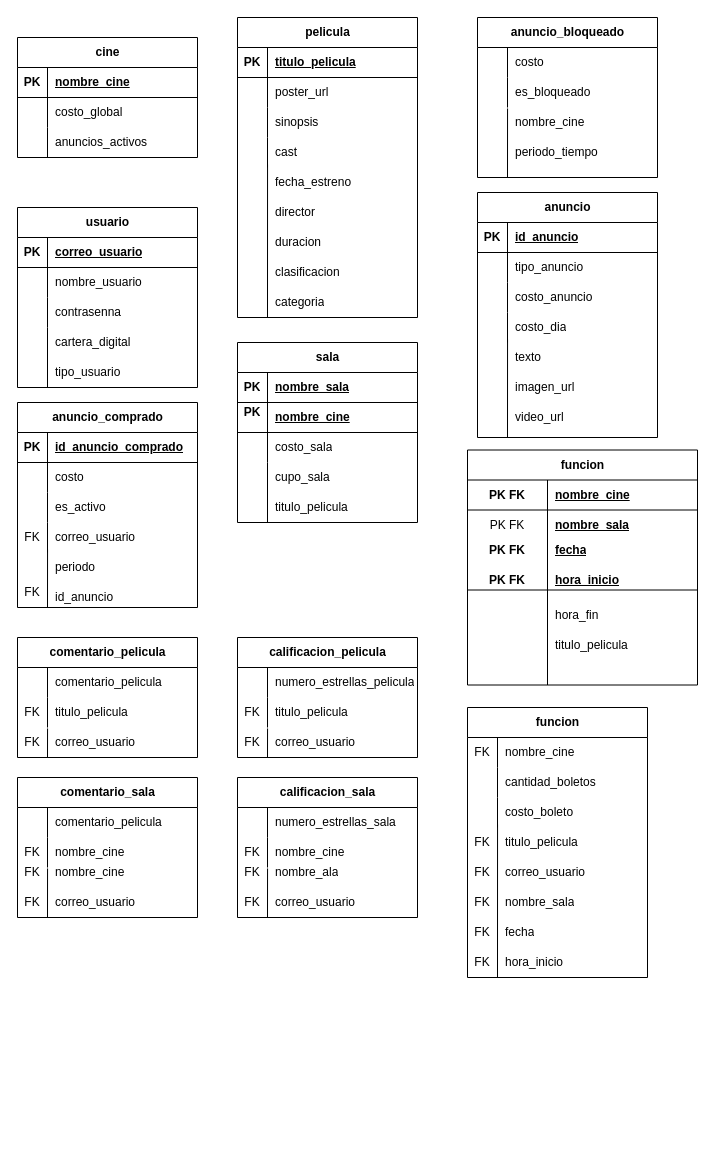
This is Diagrama de tablas salas de cine.drawio from julioOv-1104/Proyecto_2_IPC2_JulioOvalle, a draw.io file, before an edit. Source tidied: cells renumbered, new cells numbered last; positions are measured from the earlier drawing's top-left corner, leaving out a move shared by most shapes. Both pictures are drawn from the tidied source at 100%, with x=0, y=0 at pixel (17, 17).
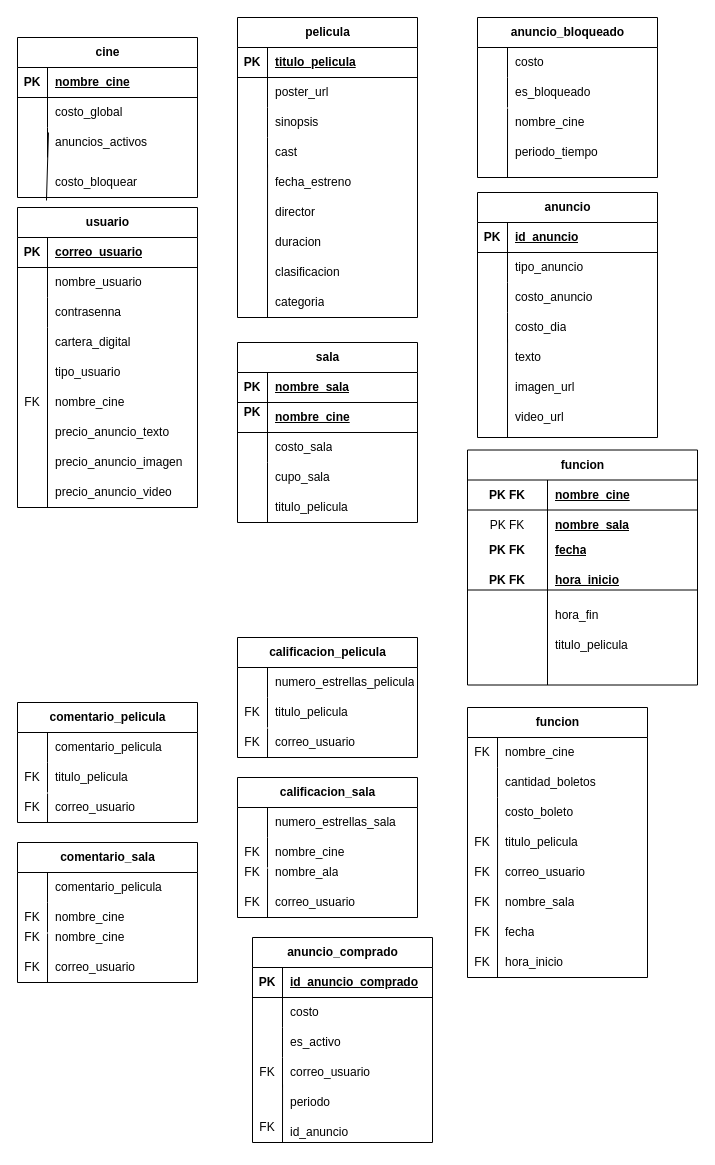
Above is the later version.

The change refers to these unchanged cells:
```xml
<mxCell id="9" style="shape=tableRow;horizontal=0;startSize=0;swimlaneHead=0;swimlaneBody=0;fillColor=none;points=[[0,0.5],[1,0.5]];portConstraint=eastwest;top=0;left=0;right=0;bottom=0;" parent="2" vertex="1">
  <mxGeometry y="90" width="180" height="30" as="geometry" />
</mxCell>
<mxCell id="81" style="shape=tableRow;horizontal=0;startSize=0;swimlaneHead=0;swimlaneBody=0;fillColor=none;points=[[0,0.5],[1,0.5]];portConstraint=eastwest;top=0;left=0;right=0;bottom=0;" parent="71" vertex="1">
  <mxGeometry y="120" width="180" height="30" as="geometry" />
</mxCell>
<mxCell id="128" style="shape=tableRow;horizontal=0;startSize=0;swimlaneHead=0;swimlaneBody=0;fillColor=none;points=[[0,0.5],[1,0.5]];portConstraint=eastwest;top=0;left=0;right=0;bottom=0;" parent="124" vertex="1">
  <mxGeometry y="60" width="180" height="30" as="geometry" />
</mxCell>
<mxCell id="150" style="shape=tableRow;horizontal=0;startSize=0;swimlaneHead=0;swimlaneBody=0;fillColor=none;points=[[0,0.5],[1,0.5]];portConstraint=eastwest;top=0;left=0;right=0;bottom=0;" parent="146" vertex="1">
  <mxGeometry y="60" width="180" height="30" as="geometry" />
</mxCell>
```

Diff of the diagram source:
```diff
@@
     <mxCell id="2" value="cine" style="shape=table;startSize=30;childLayout=tableLayout;rowLines=0;fontStyle=1;align=center;html=1;" parent="1" vertex="1">
-      <mxGeometry y="20" width="180" height="120" as="geometry" />
+      <mxGeometry y="20" width="180" height="160" as="geometry" />
     </mxCell>
@@
     <mxCell id="41" value="usuario" style="shape=table;startSize=30;childLayout=tableLayout;rowLines=0;fontStyle=1;align=center;html=1;" parent="1" vertex="1">
-      <mxGeometry y="190" width="180" height="180" as="geometry" />
+      <mxGeometry y="190" width="180" height="300" as="geometry" />
     </mxCell>
@@
-    <mxCell id="53" style="endArrow=none;html=1;rounded=0;" parent="1" edge="1">
-      <mxGeometry relative="1" as="geometry">
-        <mxPoint x="30" y="310" as="sourcePoint" />
-        <mxPoint x="30" y="370" as="targetPoint" />
-      </mxGeometry>
-    </mxCell>
@@
     <mxCell id="71" value="anuncio_comprado" style="shape=table;startSize=30;childLayout=tableLayout;rowLines=0;fontStyle=1;align=center;html=1;" parent="1" vertex="1">
-      <mxGeometry y="385" width="180" height="205" as="geometry" />
+      <mxGeometry x="235" y="920" width="180" height="205" as="geometry" />
     </mxCell>
@@
     <mxCell id="84" value="periodo" style="shape=partialRectangle;fillColor=none;top=0;left=0;bottom=0;right=0;align=left;spacingLeft=6;overflow=hidden;whiteSpace=wrap;html=1;" parent="1" vertex="1">
-      <mxGeometry x="30" y="535" width="150" height="30" as="geometry" />
+      <mxGeometry x="265" y="1070" width="150" height="30" as="geometry" />
     </mxCell>
     <mxCell id="85" value="id_anuncio" style="shape=partialRectangle;fillColor=none;top=0;left=0;bottom=0;right=0;align=left;spacingLeft=6;overflow=hidden;whiteSpace=wrap;html=1;" parent="1" vertex="1">
-      <mxGeometry x="30" y="565" width="150" height="30" as="geometry" />
+      <mxGeometry x="265" y="1100" width="150" height="30" as="geometry" />
     </mxCell>
     <mxCell id="86" style="endArrow=none;html=1;rounded=0;exitX=0.167;exitY=0.9;exitDx=0;exitDy=0;exitPerimeter=0;" parent="1" edge="1" source="81">
       <mxGeometry relative="1" as="geometry">
-        <mxPoint x="30" y="590" as="targetPoint" />
+        <mxPoint x="265" y="1125" as="targetPoint" />
       </mxGeometry>
     </mxCell>
     <mxCell id="87" value="FK" style="shape=partialRectangle;fillColor=none;top=0;left=0;bottom=0;right=0;overflow=hidden;whiteSpace=wrap;html=1;" parent="1" vertex="1">
-      <mxGeometry y="560" width="30" height="30" as="geometry" />
+      <mxGeometry x="235" y="1095" width="30" height="30" as="geometry" />
     </mxCell>
@@
     <mxCell id="124" value="comentario_pelicula" style="shape=table;startSize=30;childLayout=tableLayout;rowLines=0;fontStyle=1;align=center;html=1;" parent="1" vertex="1">
-      <mxGeometry y="620" width="180" height="120" as="geometry" />
+      <mxGeometry y="685" width="180" height="120" as="geometry" />
     </mxCell>
@@
     <mxCell id="131" value="correo_usuario" style="shape=partialRectangle;fillColor=none;top=0;left=0;bottom=0;right=0;align=left;spacingLeft=6;overflow=hidden;whiteSpace=wrap;html=1;" parent="1" vertex="1">
-      <mxGeometry x="30" y="710" width="150" height="30" as="geometry" />
+      <mxGeometry x="30" y="775" width="150" height="30" as="geometry" />
     </mxCell>
     <mxCell id="132" style="endArrow=none;html=1;rounded=0;exitX=0.167;exitY=1.033;exitDx=0;exitDy=0;exitPerimeter=0;" parent="1" edge="1" source="128">
       <mxGeometry relative="1" as="geometry">
-        <mxPoint x="30" y="740" as="targetPoint" />
+        <mxPoint x="30" y="805" as="targetPoint" />
       </mxGeometry>
     </mxCell>
     <mxCell id="133" value="FK" style="shape=partialRectangle;fillColor=none;top=0;left=0;bottom=0;right=0;overflow=hidden;whiteSpace=wrap;html=1;" parent="1" vertex="1">
-      <mxGeometry y="680" width="30" height="30" as="geometry" />
+      <mxGeometry y="745" width="30" height="30" as="geometry" />
     </mxCell>
     <mxCell id="134" value="FK" style="shape=partialRectangle;fillColor=none;top=0;left=0;bottom=0;right=0;overflow=hidden;whiteSpace=wrap;html=1;" parent="1" vertex="1">
-      <mxGeometry y="710" width="30" height="30" as="geometry" />
+      <mxGeometry y="775" width="30" height="30" as="geometry" />
     </mxCell>
@@
     <mxCell id="146" value="comentario_sala" style="shape=table;startSize=30;childLayout=tableLayout;rowLines=0;fontStyle=1;align=center;html=1;" parent="1" vertex="1">
-      <mxGeometry y="760" width="180" height="140" as="geometry" />
+      <mxGeometry y="825" width="180" height="140" as="geometry" />
     </mxCell>
@@
     <mxCell id="153" value="nombre_cine" style="shape=partialRectangle;fillColor=none;top=0;left=0;bottom=0;right=0;align=left;spacingLeft=6;overflow=hidden;whiteSpace=wrap;html=1;" parent="1" vertex="1">
-      <mxGeometry x="30" y="840" width="150" height="30" as="geometry" />
+      <mxGeometry x="30" y="905" width="150" height="30" as="geometry" />
     </mxCell>
     <mxCell id="154" style="endArrow=none;html=1;rounded=0;exitX=0.167;exitY=1.033;exitDx=0;exitDy=0;exitPerimeter=0;" parent="1" edge="1" source="150">
       <mxGeometry relative="1" as="geometry">
-        <mxPoint x="30" y="900" as="targetPoint" />
+        <mxPoint x="30" y="965" as="targetPoint" />
       </mxGeometry>
     </mxCell>
     <mxCell id="155" value="FK" style="shape=partialRectangle;fillColor=none;top=0;left=0;bottom=0;right=0;overflow=hidden;whiteSpace=wrap;html=1;" parent="1" vertex="1">
-      <mxGeometry y="820" width="30" height="30" as="geometry" />
+      <mxGeometry y="885" width="30" height="30" as="geometry" />
     </mxCell>
     <mxCell id="156" value="correo_usuario" style="shape=partialRectangle;fillColor=none;top=0;left=0;bottom=0;right=0;align=left;spacingLeft=6;overflow=hidden;whiteSpace=wrap;html=1;" parent="1" vertex="1">
-      <mxGeometry x="30" y="870" width="150" height="30" as="geometry" />
+      <mxGeometry x="30" y="935" width="150" height="30" as="geometry" />
     </mxCell>
     <mxCell id="157" value="FK" style="shape=partialRectangle;fillColor=none;top=0;left=0;bottom=0;right=0;overflow=hidden;whiteSpace=wrap;html=1;" parent="1" vertex="1">
-      <mxGeometry y="840" width="30" height="30" as="geometry" />
+      <mxGeometry y="905" width="30" height="30" as="geometry" />
     </mxCell>
     <mxCell id="158" value="FK" style="shape=partialRectangle;fillColor=none;top=0;left=0;bottom=0;right=0;overflow=hidden;whiteSpace=wrap;html=1;" parent="1" vertex="1">
-      <mxGeometry y="870" width="30" height="30" as="geometry" />
+      <mxGeometry y="935" width="30" height="30" as="geometry" />
     </mxCell>
@@
+    <mxCell id="194" style="shape=tableRow;horizontal=0;startSize=0;swimlaneHead=0;swimlaneBody=0;fillColor=none;points=[[0,0.5],[1,0.5]];portConstraint=eastwest;top=0;left=0;right=0;bottom=0;" parent="1" vertex="1">
+      <mxGeometry y="150" width="180" height="30" as="geometry" />
+    </mxCell>
+    <mxCell id="195" style="shape=partialRectangle;fillColor=none;top=0;left=0;bottom=0;right=0;overflow=hidden;whiteSpace=wrap;html=1;" parent="194" vertex="1">
+      <mxGeometry width="30" height="30" as="geometry" />
+    </mxCell>
+    <mxCell id="196" value="costo_bloquear" style="shape=partialRectangle;fillColor=none;top=0;left=0;bottom=0;right=0;align=left;spacingLeft=6;overflow=hidden;whiteSpace=wrap;html=1;" parent="194" vertex="1">
+      <mxGeometry x="30" width="150" height="30" as="geometry" />
+    </mxCell>
+    <mxCell id="197" style="endArrow=none;html=1;rounded=0;" parent="1" edge="1">
+      <mxGeometry relative="1" as="geometry">
+        <mxPoint x="30" y="310" as="sourcePoint" />
+        <mxPoint x="30" y="490" as="targetPoint" />
+      </mxGeometry>
+    </mxCell>
+    <mxCell id="198" style="endArrow=none;html=1;rounded=0;entryX=0.161;entryY=1.1;entryDx=0;entryDy=0;entryPerimeter=0;exitX=0.172;exitY=0.167;exitDx=0;exitDy=0;exitPerimeter=0;" parent="1" edge="1" source="9" target="194">
+      <mxGeometry relative="1" as="geometry" />
+    </mxCell>
+    <mxCell id="199" value="nombre_cine" style="shape=partialRectangle;fillColor=none;top=0;left=0;bottom=0;right=0;align=left;spacingLeft=6;overflow=hidden;whiteSpace=wrap;html=1;" parent="1" vertex="1">
+      <mxGeometry x="30" y="370" width="150" height="30" as="geometry" />
+    </mxCell>
+    <mxCell id="200" value="FK" style="shape=partialRectangle;fillColor=none;top=0;left=0;bottom=0;right=0;overflow=hidden;whiteSpace=wrap;html=1;" parent="1" vertex="1">
+      <mxGeometry y="370" width="30" height="30" as="geometry" />
+    </mxCell>
+    <mxCell id="201" value="precio_anuncio_texto" style="shape=partialRectangle;fillColor=none;top=0;left=0;bottom=0;right=0;align=left;spacingLeft=6;overflow=hidden;whiteSpace=wrap;html=1;" parent="1" vertex="1">
+      <mxGeometry x="30" y="400" width="150" height="30" as="geometry" />
+    </mxCell>
+    <mxCell id="202" value="precio_anuncio_imagen" style="shape=partialRectangle;fillColor=none;top=0;left=0;bottom=0;right=0;align=left;spacingLeft=6;overflow=hidden;whiteSpace=wrap;html=1;" parent="1" vertex="1">
+      <mxGeometry x="30" y="430" width="150" height="30" as="geometry" />
+    </mxCell>
+    <mxCell id="203" value="precio_anuncio_video" style="shape=partialRectangle;fillColor=none;top=0;left=0;bottom=0;right=0;align=left;spacingLeft=6;overflow=hidden;whiteSpace=wrap;html=1;" parent="1" vertex="1">
+      <mxGeometry x="30" y="460" width="150" height="30" as="geometry" />
+    </mxCell>
```
